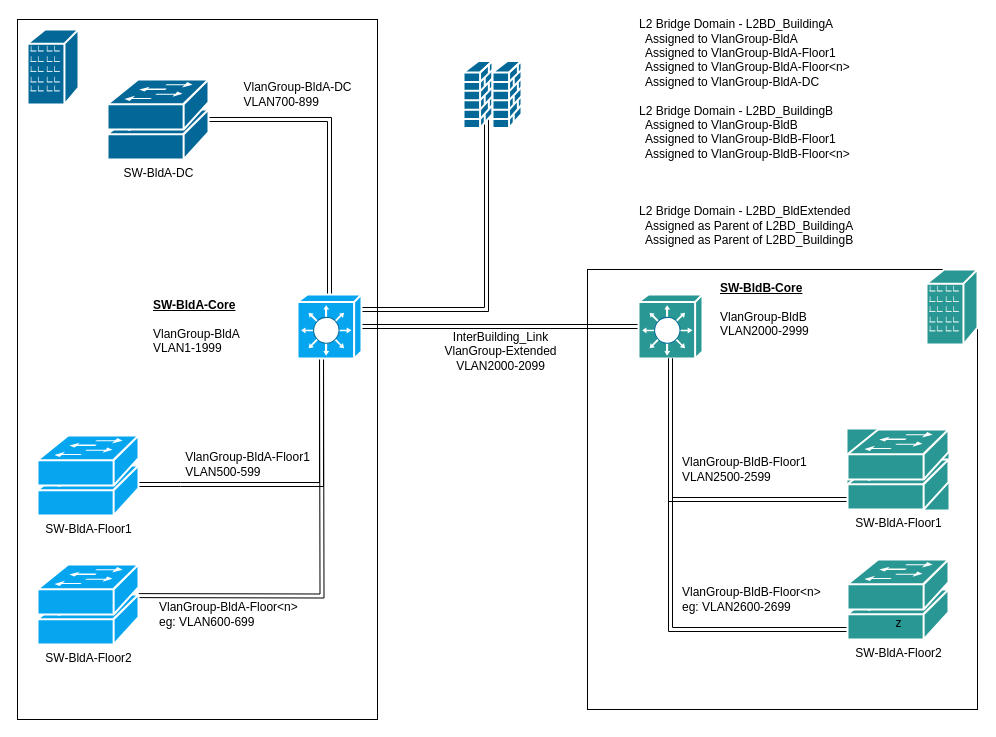
Earlier version of the draw.io diagram L2BridgeDomain.drawio (jcralbino/shared). Source tidied: cells renumbered, new cells numbered last; positions are measured from the earlier drawing's top-left corner, leaving out a move shared by most shapes. Both pictures are drawn from the tidied source at 100%, with x=0, y=0 at pixel (17, 19).
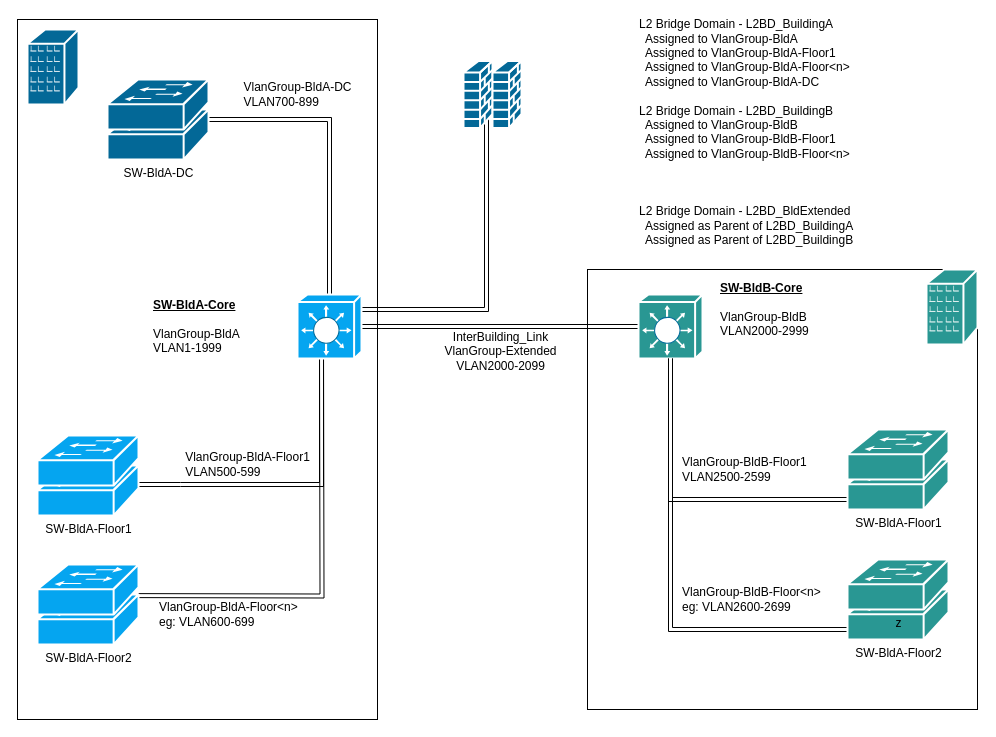
The same page after the edit.

What changed in the source:
```diff
@@
-    <mxCell id="18" style="group;shadow=0;fillColor=#299793;" parent="1" vertex="1">
+    <mxCell id="18" style="group;shadow=0;fillColor=#FFFFFF;" parent="1" vertex="1">
       <mxGeometry x="830" y="410" width="101" height="80" as="geometry" />
     </mxCell>
```
